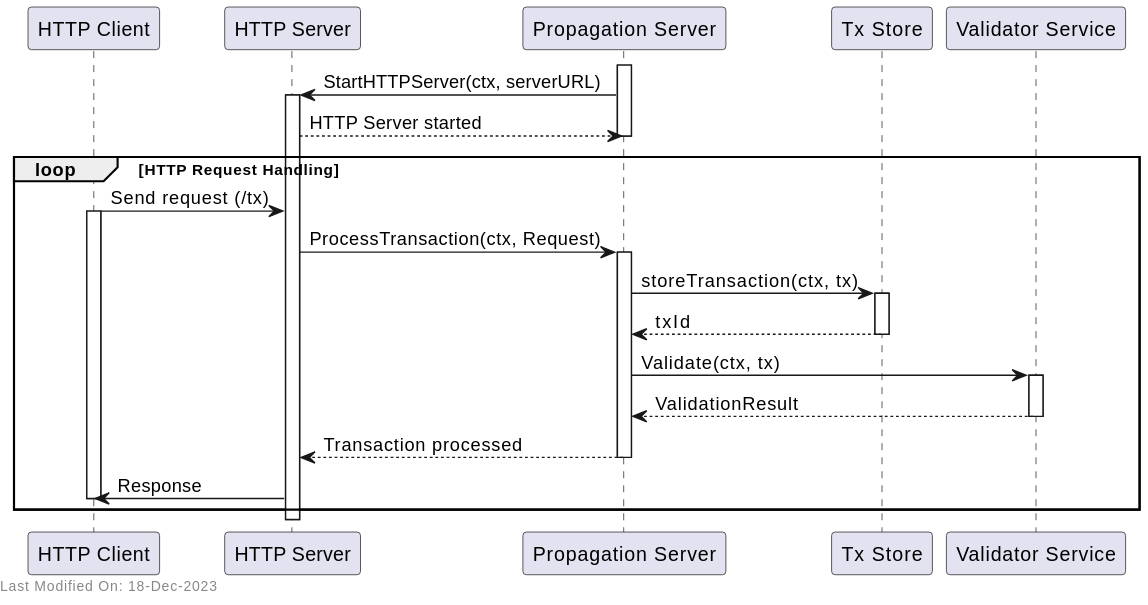
The PlantUML diagram docs/services/img/plantuml/propagation/propagation_http.svg in freemans13/teranode, before a commit. Its source is kept beside it as docs/services/img/plantuml/propagation/propagation_http.puml.
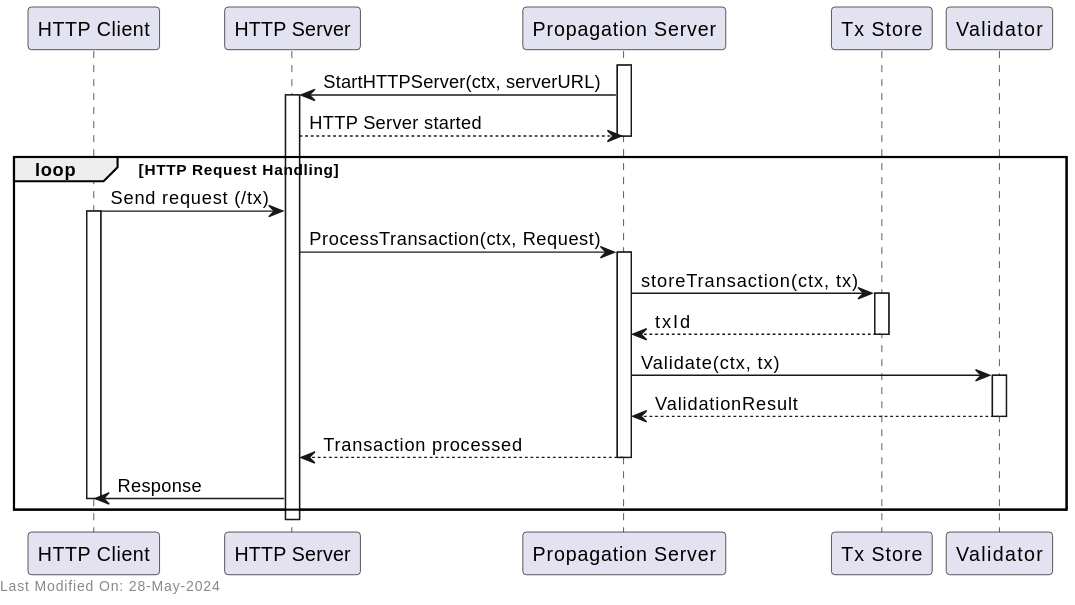
After the change.

The edit, as a diff of the source:
```diff
@@ -4,7 +4,7 @@
 participant "HTTP Server" as HTTP
 participant "Propagation Server" as Server
 participant "Tx Store" as TxStore
-participant "Validator Service" as ValidationService
+participant "Validator" as ValidationService
 
 activate Server
 
@@ -35,6 +35,6 @@
 
 deactivate HTTP
 
-left footer Last Modified On: 18-Dec-2023
+left footer Last Modified On: 28-May-2024
 
 @enduml
```
